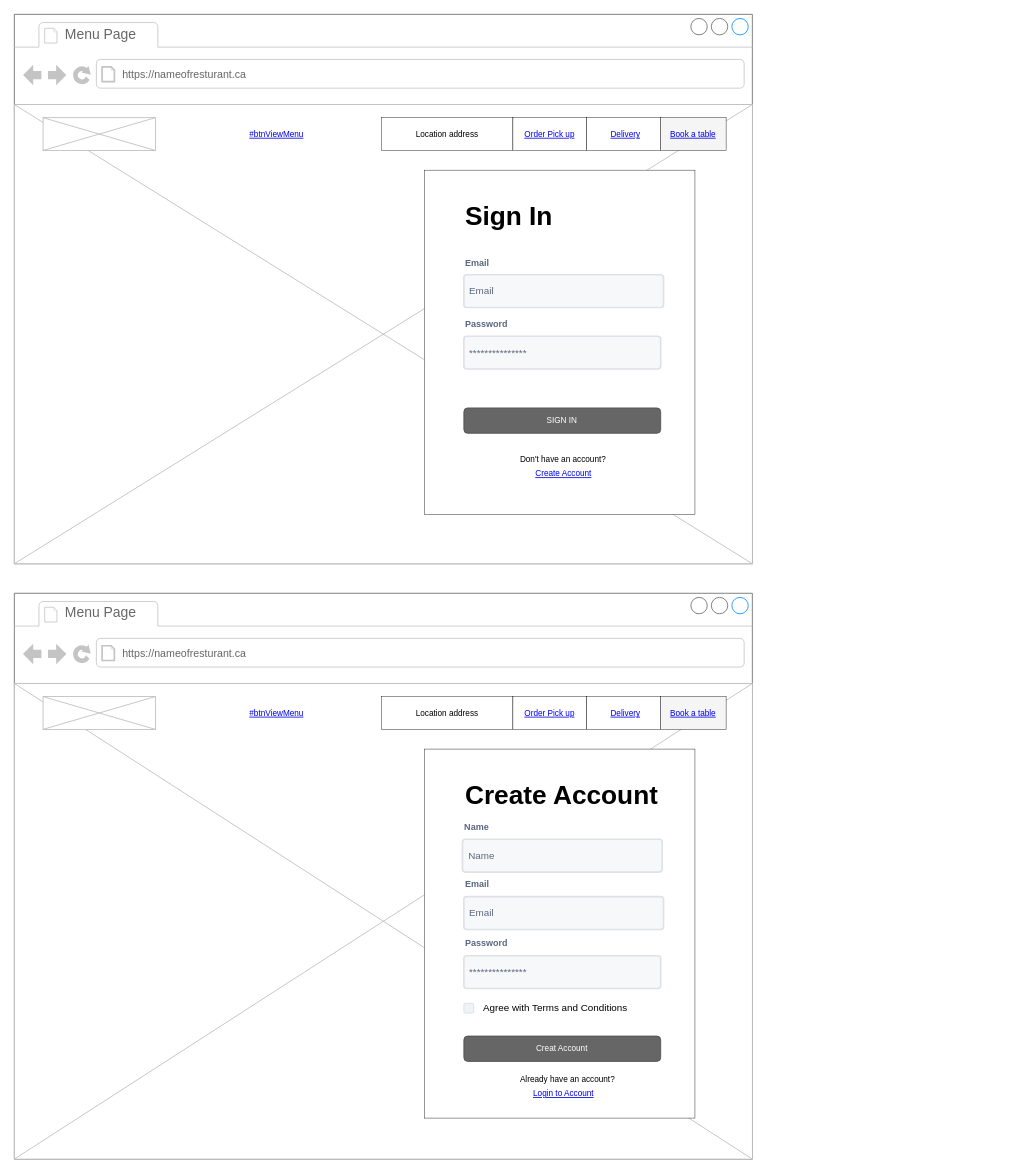
The draw.io diagram page "Login/RegisterPage" (3 of 8) of docs/wireframes/draft.drawio in Web-Development-UAlberta/exsm-3951-exsm-3943-spring-2025-python-c-project-team-restaurant-c, before the edit. Source tidied: cells renumbered, new cells numbered last; positions are measured from the earlier drawing's top-left corner, leaving out a move shared by most shapes. Both pictures are drawn from the tidied source at 82%, with x=0, y=0 at pixel (14, 14).
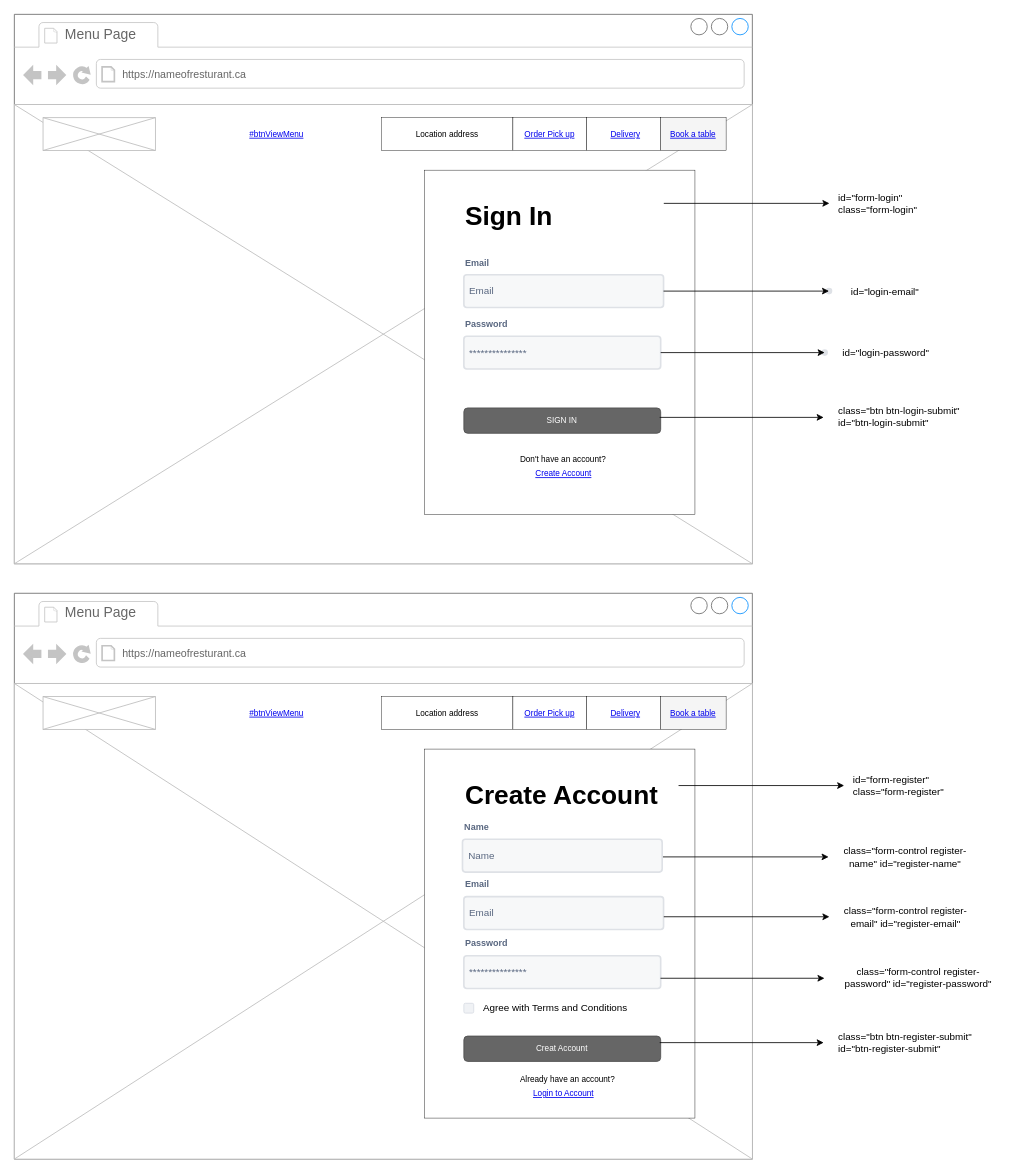
The same diagram, later.

Commit message (it also covers changes not shown here):
Add id/class names for form fields in draft.drawio file;

Unchanged cells that the change refers to:
```xml
<mxCell id="9" value="Email" style="rounded=1;arcSize=9;fillColor=#F7F8F9;align=left;spacingLeft=5;strokeColor=#DEE1E6;html=1;strokeWidth=2;fontColor=#596780;fontSize=12;" parent="2" vertex="1">
  <mxGeometry x="548.2" y="317.5" width="243.5" height="40" as="geometry" />
</mxCell>
<mxCell id="13" value="***************" style="rounded=1;arcSize=9;fillColor=#F7F8F9;align=left;spacingLeft=5;strokeColor=#DEE1E6;html=1;strokeWidth=2;fontColor=#596780;fontSize=12;" parent="2" vertex="1">
  <mxGeometry x="548.2" y="392.5" width="240" height="40" as="geometry" />
</mxCell>
```

Diff of the diagram source:
```diff
@@
+    <mxCell id="51" style="shape=waypoint;sketch=0;size=6;points=[];fillColor=#F7F8F9;perimeter=centerPerimeter;snapToPoint=1;align=left;strokeColor=#DEE1E6;fontColor=#596780;rounded=1;arcSize=9;spacingLeft=5;strokeWidth=2;" parent="1" vertex="1">
+      <mxGeometry x="983.5" y="327.5" width="20" height="20" as="geometry" />
+    </mxCell>
+    <mxCell id="52" style="edgeStyle=none;html=1;" parent="1" edge="1" source="9" target="51">
+      <mxGeometry relative="1" as="geometry" />
+    </mxCell>
+    <mxCell id="53" style="shape=waypoint;sketch=0;size=6;points=[];fillColor=#F7F8F9;perimeter=centerPerimeter;snapToPoint=1;align=left;strokeColor=#DEE1E6;fontColor=#596780;rounded=1;arcSize=9;spacingLeft=5;strokeWidth=2;" parent="1" vertex="1">
+      <mxGeometry x="978.2" y="402.5" width="20" height="20" as="geometry" />
+    </mxCell>
+    <mxCell id="54" style="edgeStyle=none;html=1;" parent="1" edge="1" source="13" target="53">
+      <mxGeometry relative="1" as="geometry" />
+    </mxCell>
+    <mxCell id="55" value="id=&quot;login-email&quot;" style="text;html=1;align=center;verticalAlign=middle;whiteSpace=wrap;rounded=0;" parent="1" vertex="1">
+      <mxGeometry x="1002.5" y="323.5" width="117.5" height="30" as="geometry" />
+    </mxCell>
+    <mxCell id="56" value="id=&quot;login-password&quot;" style="text;html=1;align=center;verticalAlign=middle;whiteSpace=wrap;rounded=0;" parent="1" vertex="1">
+      <mxGeometry x="1003.5" y="397.5" width="117.5" height="30" as="geometry" />
+    </mxCell>
+    <mxCell id="57" style="edgeStyle=none;html=1;" parent="1" edge="1">
+      <mxGeometry relative="1" as="geometry">
+        <mxPoint x="787" y="491.5" as="sourcePoint" />
+        <mxPoint x="987" y="491.5" as="targetPoint" />
+      </mxGeometry>
+    </mxCell>
+    <mxCell id="58" value="class=&quot;btn btn-login-submit&quot;&amp;nbsp;&lt;div&gt;id=&quot;btn-login-submit&quot;&lt;/div&gt;" style="text;html=1;align=left;verticalAlign=middle;whiteSpace=wrap;rounded=0;" parent="1" vertex="1">
+      <mxGeometry x="1002.5" y="476" width="167.5" height="30" as="geometry" />
+    </mxCell>
+    <mxCell id="59" style="edgeStyle=none;html=1;" parent="1" edge="1">
+      <mxGeometry relative="1" as="geometry">
+        <mxPoint x="792" y="1100.5" as="sourcePoint" />
+        <mxPoint x="994" y="1100.5" as="targetPoint" />
+      </mxGeometry>
+    </mxCell>
+    <mxCell id="60" style="edgeStyle=none;html=1;" parent="1" edge="1">
+      <mxGeometry relative="1" as="geometry">
+        <mxPoint x="788" y="1175.5" as="sourcePoint" />
+        <mxPoint x="988" y="1175.5" as="targetPoint" />
+      </mxGeometry>
+    </mxCell>
+    <mxCell id="61" value="class=&quot;form-control register-email&quot; id=&quot;register-email&quot;" style="text;html=1;align=center;verticalAlign=middle;whiteSpace=wrap;rounded=0;" parent="1" vertex="1">
+      <mxGeometry x="1002.5" y="1086" width="167.5" height="30" as="geometry" />
+    </mxCell>
+    <mxCell id="62" value="class=&quot;form-control register-password&quot; id=&quot;register-password&quot;" style="text;html=1;align=center;verticalAlign=middle;whiteSpace=wrap;rounded=0;" parent="1" vertex="1">
+      <mxGeometry x="1003.5" y="1160" width="196.5" height="30" as="geometry" />
+    </mxCell>
+    <mxCell id="63" style="edgeStyle=none;html=1;" parent="1" edge="1">
+      <mxGeometry relative="1" as="geometry">
+        <mxPoint x="787" y="1254" as="sourcePoint" />
+        <mxPoint x="987" y="1254" as="targetPoint" />
+      </mxGeometry>
+    </mxCell>
+    <mxCell id="64" value="class=&quot;btn btn-register-submit&quot; id=&quot;btn-register-submit&quot;" style="text;html=1;align=left;verticalAlign=middle;whiteSpace=wrap;rounded=0;" parent="1" vertex="1">
+      <mxGeometry x="1002.5" y="1238.5" width="167.5" height="30" as="geometry" />
+    </mxCell>
+    <mxCell id="65" style="edgeStyle=none;html=1;" parent="1" edge="1">
+      <mxGeometry relative="1" as="geometry">
+        <mxPoint x="791" y="1027.5" as="sourcePoint" />
+        <mxPoint x="993" y="1027.5" as="targetPoint" />
+      </mxGeometry>
+    </mxCell>
+    <mxCell id="66" value="class=&quot;form-control register-name&quot; id=&quot;register-name&quot;" style="text;html=1;align=center;verticalAlign=middle;whiteSpace=wrap;rounded=0;" parent="1" vertex="1">
+      <mxGeometry x="1001.5" y="1013" width="168.5" height="30" as="geometry" />
+    </mxCell>
+    <mxCell id="67" style="edgeStyle=none;html=1;" parent="1" edge="1">
+      <mxGeometry relative="1" as="geometry">
+        <mxPoint x="810" y="940.5" as="sourcePoint" />
+        <mxPoint x="1012" y="940.5" as="targetPoint" />
+      </mxGeometry>
+    </mxCell>
+    <mxCell id="68" value="id=&quot;form-register&quot; class=&quot;form-register&quot;" style="text;html=1;align=left;verticalAlign=middle;whiteSpace=wrap;rounded=0;" parent="1" vertex="1">
+      <mxGeometry x="1020.5" y="926" width="117.5" height="30" as="geometry" />
+    </mxCell>
+    <mxCell id="69" style="edgeStyle=none;html=1;" parent="1" edge="1">
+      <mxGeometry relative="1" as="geometry">
+        <mxPoint x="792" y="230.5" as="sourcePoint" />
+        <mxPoint x="994" y="230.5" as="targetPoint" />
+      </mxGeometry>
+    </mxCell>
+    <mxCell id="70" value="id=&quot;form-login&quot; class=&quot;form-login&quot;" style="text;html=1;align=left;verticalAlign=middle;whiteSpace=wrap;rounded=0;" parent="1" vertex="1">
+      <mxGeometry x="1002.5" y="216" width="117.5" height="30" as="geometry" />
+    </mxCell>
```
